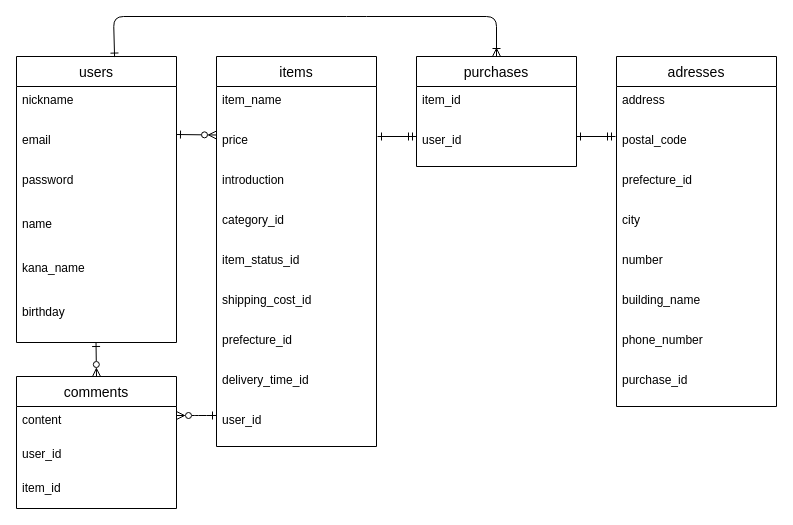
Before: ER_Map.dio in paqpac/furima-37273, a draw.io diagram. Source tidied: cells renumbered, new cells numbered last; positions are measured from the earlier drawing's top-left corner, leaving out a move shared by most shapes. Both pictures are drawn from the tidied source at 100%, with x=0, y=0 at pixel (16, 16).
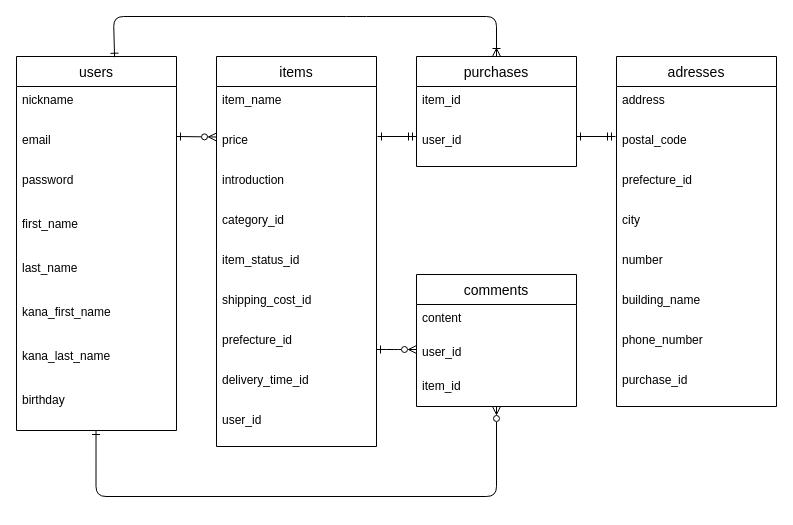
The same page after the edit.

The change refers to these unchanged cells:
```xml
<mxCell id="4" value="email " style="text;strokeColor=none;fillColor=none;spacingLeft=4;spacingRight=4;overflow=hidden;points=[[0,0.5],[1,0.5]];portConstraint=eastwest;fontSize=12;" parent="2" vertex="1">
  <mxGeometry y="70" width="160" height="40" as="geometry" />
</mxCell>
<mxCell id="39" value="item_id" style="text;strokeColor=none;fillColor=none;spacingLeft=4;spacingRight=4;overflow=hidden;points=[[0,0.5],[1,0.5]];portConstraint=eastwest;fontSize=12;" parent="36" vertex="1">
  <mxGeometry y="98" width="160" height="34" as="geometry" />
</mxCell>
```

Diff of the diagram source:
```diff
@@
     <mxCell id="2" value="users" style="swimlane;fontStyle=0;horizontal=1;startSize=30;align=center;fontSize=14;" parent="1" vertex="1">
-      <mxGeometry y="40" width="160" height="286" as="geometry" />
+      <mxGeometry y="40" width="160" height="374" as="geometry" />
     </mxCell>
@@
+    <mxCell id="41" value="first_name" style="text;strokeColor=none;fillColor=none;spacingLeft=4;spacingRight=4;overflow=hidden;fontSize=12;" parent="2" vertex="1">
+      <mxGeometry y="154" width="160" height="44" as="geometry" />
+    </mxCell>
-    <mxCell id="6" value="name" style="text;strokeColor=none;fillColor=none;spacingLeft=4;spacingRight=4;overflow=hidden;fontSize=12;" parent="2" vertex="1">
-      <mxGeometry y="154" width="160" height="44" as="geometry" />
+    <mxCell id="6" value="last_name" style="text;strokeColor=none;fillColor=none;spacingLeft=4;spacingRight=4;overflow=hidden;fontSize=12;" parent="2" vertex="1">
+      <mxGeometry y="198" width="160" height="44" as="geometry" />
     </mxCell>
+    <mxCell id="42" value="kana_first_name" style="text;strokeColor=none;fillColor=none;spacingLeft=4;spacingRight=4;overflow=hidden;fontSize=12;" parent="2" vertex="1">
+      <mxGeometry y="242" width="160" height="44" as="geometry" />
+    </mxCell>
-    <mxCell id="7" value="kana_name" style="text;strokeColor=none;fillColor=none;spacingLeft=4;spacingRight=4;overflow=hidden;fontSize=12;" parent="2" vertex="1">
-      <mxGeometry y="198" width="160" height="44" as="geometry" />
+    <mxCell id="7" value="kana_last_name" style="text;strokeColor=none;fillColor=none;spacingLeft=4;spacingRight=4;overflow=hidden;fontSize=12;" parent="2" vertex="1">
+      <mxGeometry y="286" width="160" height="44" as="geometry" />
     </mxCell>
     <mxCell id="8" value="birthday" style="text;strokeColor=none;fillColor=none;spacingLeft=4;spacingRight=4;overflow=hidden;points=[[0,0.5],[1,0.5]];portConstraint=eastwest;fontSize=12;" parent="2" vertex="1">
-      <mxGeometry y="242" width="160" height="44" as="geometry" />
+      <mxGeometry y="330" width="160" height="44" as="geometry" />
     </mxCell>
@@
-    <mxCell id="22" style="fontSize=12;html=1;endArrow=ERzeroToMany;entryX=0;entryY=0.75;entryDx=0;entryDy=0;entryPerimeter=0;exitX=1;exitY=0.2;exitDx=0;exitDy=0;exitPerimeter=0;endFill=0;startArrow=ERone;startFill=0;" parent="1" edge="1" source="4">
+    <mxCell id="22" style="fontSize=12;html=1;endArrow=ERzeroToMany;entryX=0;entryY=0.75;entryDx=0;entryDy=0;entryPerimeter=0;exitX=1;exitY=0.2;exitDx=0;exitDy=0;exitPerimeter=0;endFill=0;startArrow=ERone;startFill=0;" parent="1" edge="1">
       <mxGeometry relative="1" as="geometry">
-        <mxPoint x="200" y="118.5" as="targetPoint" />
+        <mxPoint x="160" y="120" as="sourcePoint" />
+        <mxPoint x="200" y="120.5" as="targetPoint" />
       </mxGeometry>
     </mxCell>
-    <mxCell id="23" style="edgeStyle=none;html=1;entryX=1;entryY=0.5;entryDx=0;entryDy=0;endArrow=ERzeroToMany;endFill=0;startArrow=ERone;startFill=0;" parent="1" edge="1">
+    <mxCell id="23" style="edgeStyle=none;html=1;entryX=1;entryY=0.5;entryDx=0;entryDy=0;endArrow=ERone;endFill=0;startArrow=ERzeroToMany;startFill=0;" parent="1" edge="1">
       <mxGeometry relative="1" as="geometry">
-        <mxPoint x="200" y="399" as="sourcePoint" />
-        <mxPoint x="160" y="399" as="targetPoint" />
+        <mxPoint x="400" y="333" as="sourcePoint" />
+        <mxPoint x="360" y="333" as="targetPoint" />
         <Array as="points">
-          <mxPoint x="180" y="399" />
+          <mxPoint x="380" y="333" />
         </Array>
       </mxGeometry>
     </mxCell>
@@
     <mxCell id="36" value="comments" style="swimlane;fontStyle=0;horizontal=1;startSize=30;align=center;fontSize=14;" parent="1" vertex="1">
-      <mxGeometry y="360" width="160" height="132" as="geometry" />
+      <mxGeometry x="400" y="258" width="160" height="132" as="geometry" />
     </mxCell>
@@
-    <mxCell id="40" style="fontSize=12;html=1;endArrow=ERzeroToMany;entryX=0.5;entryY=0;entryDx=0;entryDy=0;exitX=0.497;exitY=1;exitDx=0;exitDy=0;exitPerimeter=0;endFill=0;startArrow=ERone;startFill=0;" parent="1" edge="1" source="8" target="36">
-      <mxGeometry relative="1" as="geometry" />
+    <mxCell id="40" style="fontSize=12;html=1;endArrow=ERzeroToMany;exitX=0.497;exitY=1;exitDx=0;exitDy=0;exitPerimeter=0;endFill=0;startArrow=ERone;startFill=0;edgeStyle=orthogonalEdgeStyle;" parent="1" edge="1" source="8" target="39">
+      <mxGeometry relative="1" as="geometry">
+        <Array as="points">
+          <mxPoint x="80" y="480" />
+          <mxPoint x="480" y="480" />
+        </Array>
+      </mxGeometry>
     </mxCell>
```
